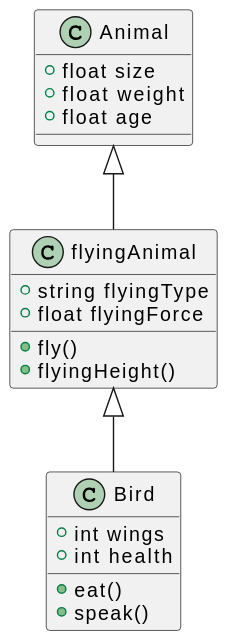
Earlier version of the PlantUML export images/bird-diagram.svg (ppc-ntu-khpi/java-inheritance-BodaMops25.github.io).
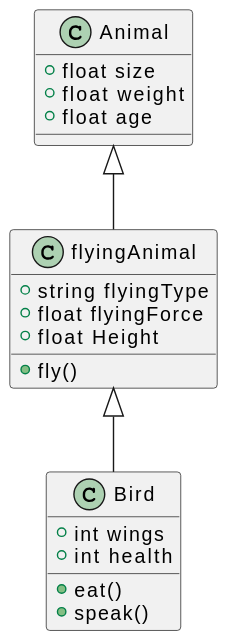
Above is the later version.

The edit, as a diff of the source:
```diff
@@ -8,8 +8,8 @@
 class flyingAnimal extends Animal {
   +string flyingType
   +float flyingForce
+  +float Height
   +fly()
-  +flyingHeight()
 }
 
 class Bird extends flyingAnimal {
```
